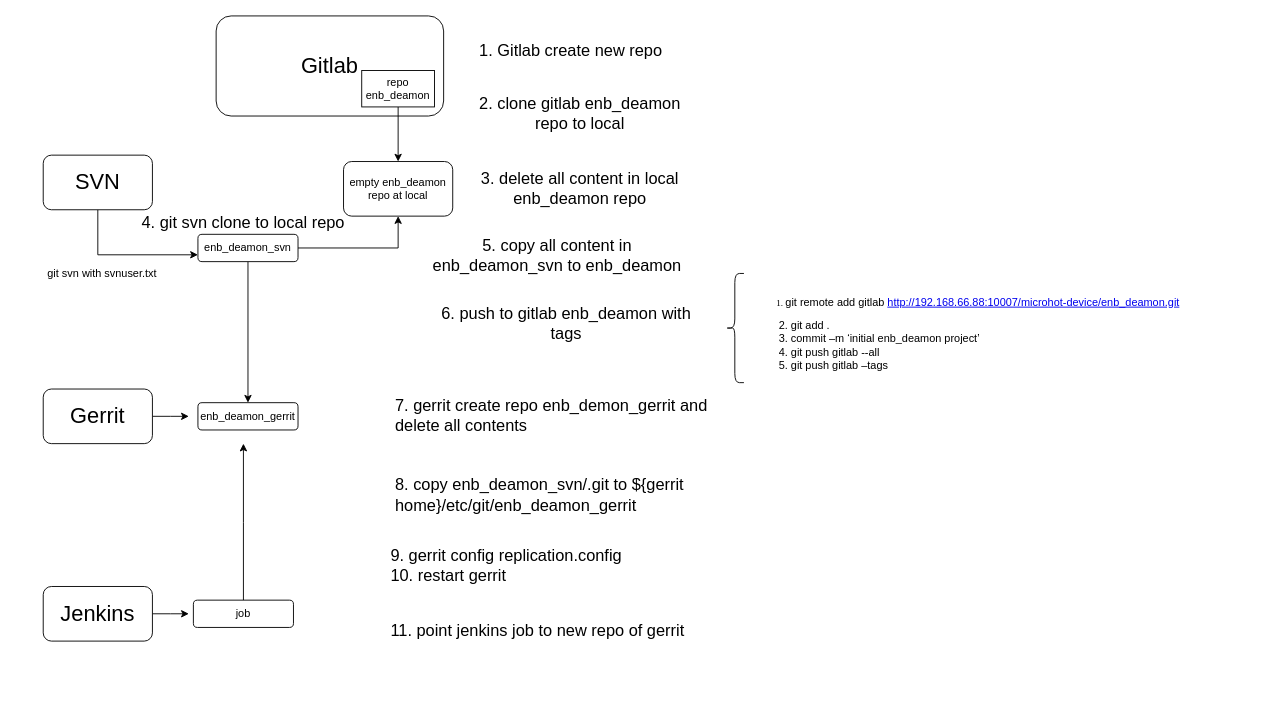
Before: svn_to_git.drawio in Chenguoqing2008/drawio, a draw.io diagram. Source tidied: cells renumbered, new cells numbered last; positions are measured from the earlier drawing's top-left corner, leaving out a move shared by most shapes. Both pictures are drawn from the tidied source at 91%, with x=0, y=0 at pixel (15, 15).
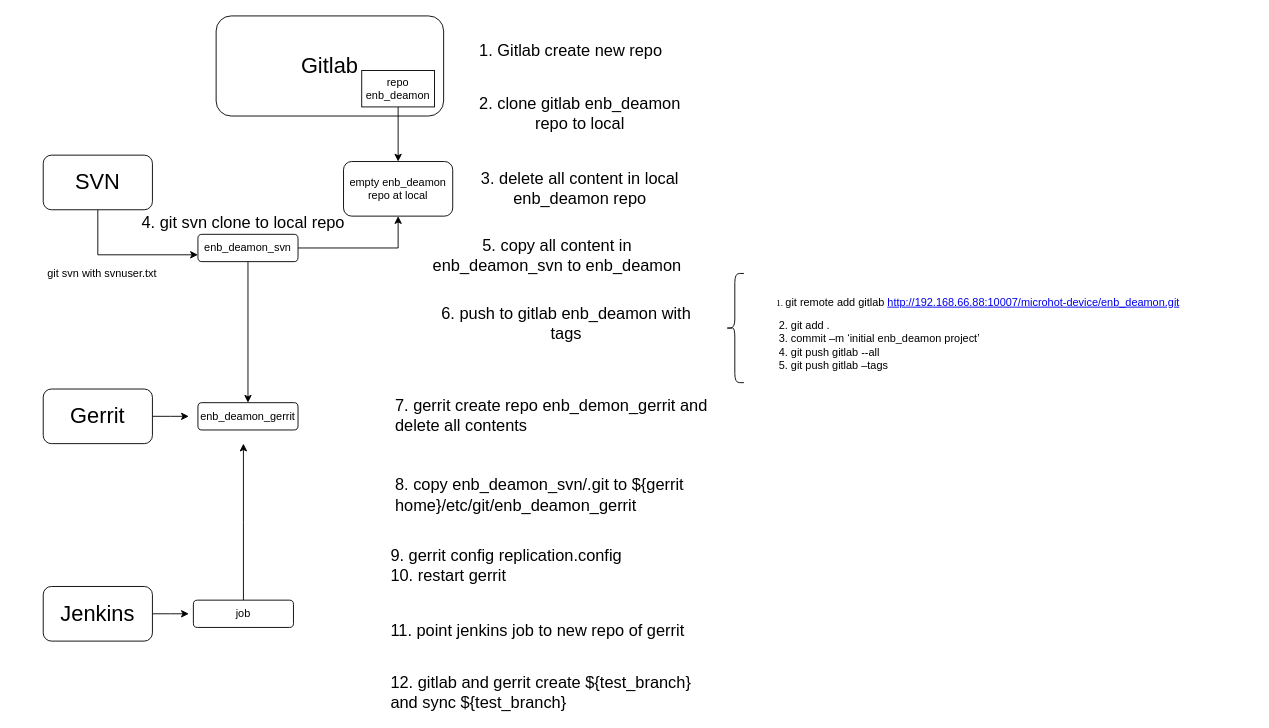
Above is the later version.

Change to the diagram source:
```diff
@@
+    <mxCell id="31" value="&lt;font style=&quot;font-size: 18px&quot;&gt;12. gitlab and gerrit create ${test_branch} and sync ${test_branch}&lt;/font&gt;" style="text;html=1;strokeColor=none;fillColor=none;align=left;verticalAlign=middle;whiteSpace=wrap;rounded=0;" parent="1" vertex="1">
+      <mxGeometry x="410" y="730" width="350" height="28" as="geometry" />
+    </mxCell>
```
